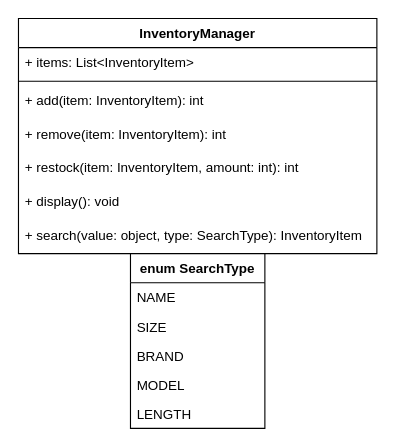
Before: Milestone3/Milestone3.drawio in scoutchorton/cst-150, a draw.io diagram. Source tidied: cells renumbered, new cells numbered last; positions are measured from the earlier drawing's top-left corner, leaving out a move shared by most shapes. Both pictures are drawn from the tidied source at 112%, with x=0, y=0 at pixel (18, 18).
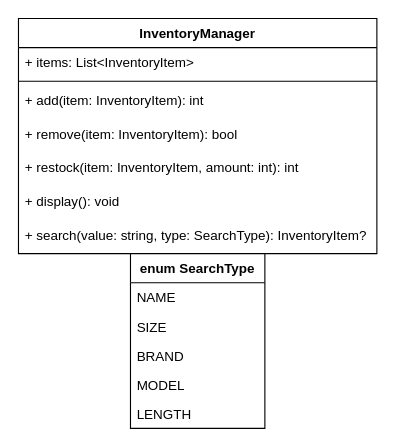
After the change.

Commit message (it also covers changes not shown here):
Implemented InventoryManager and updated UML class with minor changes

Change to the diagram source:
```diff
@@
 <mxGraphModel>
   <root>
     <mxCell id="0" />
     <mxCell id="1" parent="0" />
     <mxCell id="2" value="InventoryManager" style="swimlane;fontStyle=1;align=center;verticalAlign=top;horizontal=1;startSize=26;" parent="1" vertex="1">
       <mxGeometry width="320" height="210" as="geometry" />
     </mxCell>
     <mxCell id="3" value="+ items: List&lt;InventoryItem&gt;" style="text;strokeColor=none;fillColor=none;align=left;verticalAlign=top;spacingLeft=4;spacingRight=4;overflow=hidden;" parent="2" vertex="1">
       <mxGeometry y="26" width="320" height="26" as="geometry" />
     </mxCell>
     <mxCell id="4" style="line;strokeWidth=1;fillColor=none;align=left;verticalAlign=middle;spacingTop=-1;spacingLeft=3;spacingRight=3;labelPosition=right;strokeColor=inherit;" parent="2" vertex="1">
       <mxGeometry y="52" width="320" height="8" as="geometry" />
     </mxCell>
     <mxCell id="5" value="+ add(item: InventoryItem): int" style="text;strokeColor=none;fillColor=none;align=left;verticalAlign=top;spacingLeft=4;spacingRight=4;overflow=hidden;" parent="2" vertex="1">
       <mxGeometry y="60" width="320" height="30" as="geometry" />
     </mxCell>
-    <mxCell id="6" value="+ remove(item: InventoryItem): int" style="text;strokeColor=none;fillColor=none;align=left;verticalAlign=top;spacingLeft=4;spacingRight=4;overflow=hidden;" parent="2" vertex="1">
+    <mxCell id="6" value="+ remove(item: InventoryItem): bool" style="text;strokeColor=none;fillColor=none;align=left;verticalAlign=top;spacingLeft=4;spacingRight=4;overflow=hidden;" parent="2" vertex="1">
       <mxGeometry y="90" width="320" height="30" as="geometry" />
     </mxCell>
     <mxCell id="7" value="+ restock(item: InventoryItem, amount: int): int" style="text;strokeColor=none;fillColor=none;align=left;verticalAlign=top;spacingLeft=4;spacingRight=4;overflow=hidden;" parent="2" vertex="1">
       <mxGeometry y="120" width="320" height="30" as="geometry" />
     </mxCell>
     <mxCell id="8" value="+ display(): void" style="text;strokeColor=none;fillColor=none;align=left;verticalAlign=top;spacingLeft=4;spacingRight=4;overflow=hidden;" parent="2" vertex="1">
       <mxGeometry y="150" width="320" height="30" as="geometry" />
     </mxCell>
-    <mxCell id="9" value="+ search(value: object, type: SearchType): InventoryItem" style="text;strokeColor=none;fillColor=none;align=left;verticalAlign=top;spacingLeft=4;spacingRight=4;overflow=hidden;" parent="2" vertex="1">
+    <mxCell id="9" value="+ search(value: string, type: SearchType): InventoryItem?" style="text;strokeColor=none;fillColor=none;align=left;verticalAlign=top;spacingLeft=4;spacingRight=4;overflow=hidden;" parent="2" vertex="1">
       <mxGeometry y="180" width="320" height="30" as="geometry" />
     </mxCell>
     <mxCell id="10" value="enum SearchType" style="swimlane;fontStyle=1;align=center;verticalAlign=top;horizontal=1;startSize=26;" parent="1" vertex="1">
       <mxGeometry x="100" y="210" width="120" height="156" as="geometry" />
     </mxCell>
     <mxCell id="11" value="NAME" style="text;strokeColor=none;fillColor=none;align=left;verticalAlign=top;spacingLeft=4;spacingRight=4;overflow=hidden;" parent="10" vertex="1">
       <mxGeometry y="26" width="120" height="26" as="geometry" />
     </mxCell>
     <mxCell id="12" value="SIZE" style="text;strokeColor=none;fillColor=none;align=left;verticalAlign=top;spacingLeft=4;spacingRight=4;overflow=hidden;" parent="10" vertex="1">
       <mxGeometry y="52" width="120" height="26" as="geometry" />
     </mxCell>
     <mxCell id="13" value="BRAND" style="text;strokeColor=none;fillColor=none;align=left;verticalAlign=top;spacingLeft=4;spacingRight=4;overflow=hidden;" parent="10" vertex="1">
       <mxGeometry y="78" width="120" height="26" as="geometry" />
     </mxCell>
     <mxCell id="14" value="MODEL" style="text;strokeColor=none;fillColor=none;align=left;verticalAlign=top;spacingLeft=4;spacingRight=4;overflow=hidden;" parent="10" vertex="1">
       <mxGeometry y="104" width="120" height="26" as="geometry" />
     </mxCell>
     <mxCell id="15" value="LENGTH" style="text;strokeColor=none;fillColor=none;align=left;verticalAlign=top;spacingLeft=4;spacingRight=4;overflow=hidden;" parent="10" vertex="1">
       <mxGeometry y="130" width="120" height="26" as="geometry" />
     </mxCell>
   </root>
 </mxGraphModel>
```
